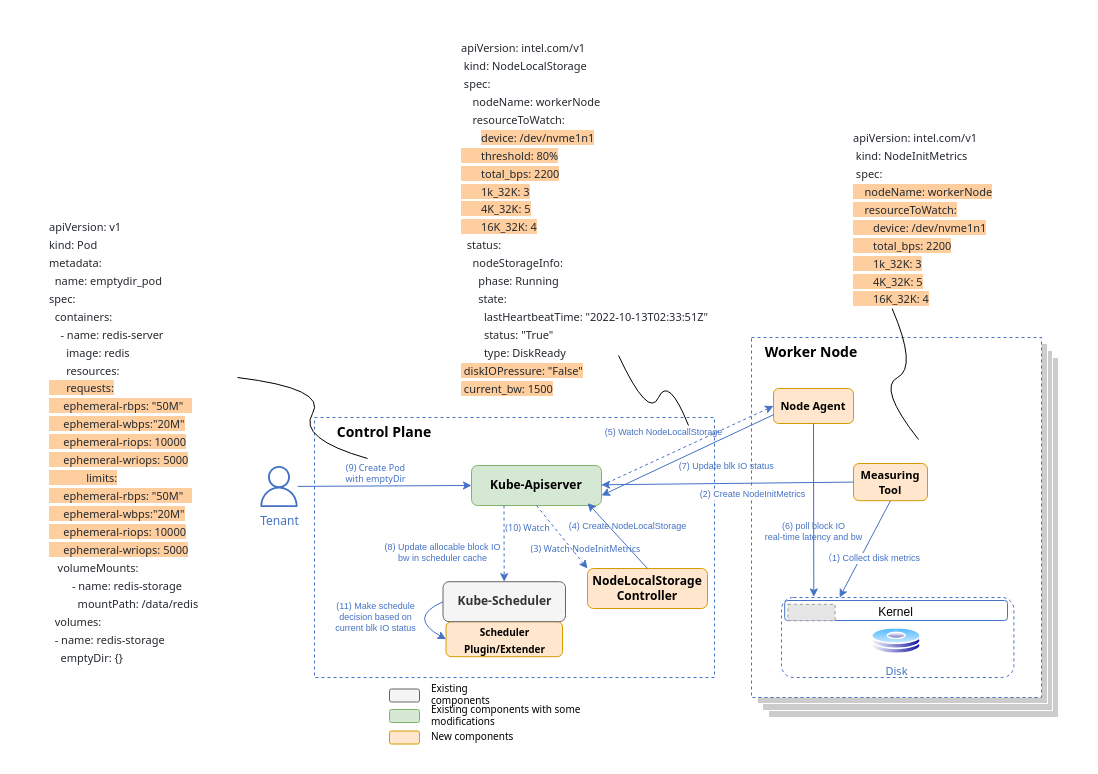
This is page "schedule flow" (11 of 14) of diagram/net_disk_io_design_v1.drawio from IntelOpen/kubernetes, a draw.io file, before an edit. Source tidied: cells renumbered, new cells numbered last; positions are measured from the earlier drawing's top-left corner, leaving out a move shared by most shapes. Both pictures are drawn from the tidied source at 100%, with x=0, y=0 at pixel (31, 17). Pictures stored in the file or linked from it are replaced by grey dashed boxes.
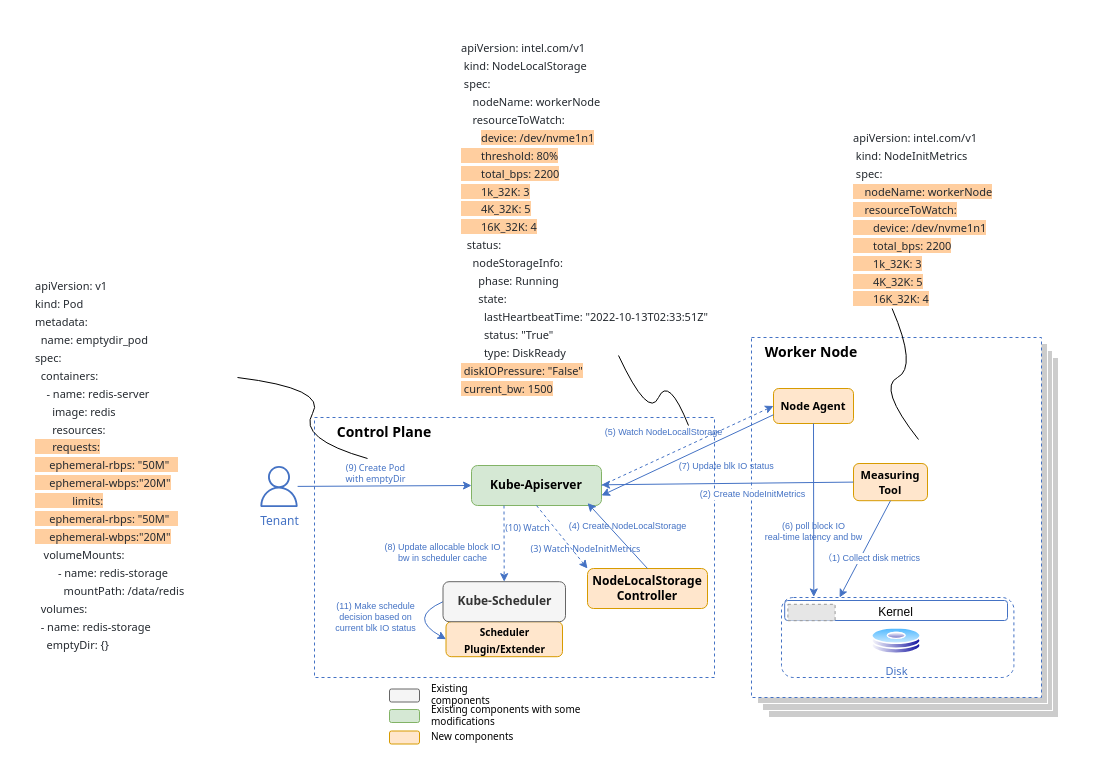
The same page after the edit.

Diff of the diagram source:
```diff
@@
-    <mxCell id="2" value="&lt;pre style=&quot;box-sizing: border-box; margin-top: 0px; margin-bottom: 16px; overflow-wrap: normal; padding: 16px; overflow: auto; line-height: 1.45; border-radius: 6px; text-indent: 0px;&quot; class=&quot;notranslate&quot;&gt;&lt;font face=&quot;Tahoma&quot; color=&quot;#24292f&quot;&gt;apiVersion: v1&lt;br&gt;kind: Pod&lt;br&gt;metadata:&lt;br&gt;  name: emptydir_pod&lt;br&gt;spec:&lt;br&gt;  containers:&lt;br&gt;    - name: redis-server&lt;br&gt;      image: redis&lt;br&gt;      resources:&lt;br&gt;&lt;span style=&quot;background-color: rgb(255, 206, 159);&quot;&gt;      requests:&lt;br&gt;     ephemeral-rbps: &quot;50M&quot;   &lt;br&gt;     ephemeral-wbps:&quot;20M&quot;&lt;br&gt;     ephemeral-riops: 10000&lt;br&gt;     ephemeral-wriops: 5000&lt;br&gt;             limits:&lt;br&gt;     ephemeral-rbps: &quot;50M&quot;   &lt;br&gt;     ephemeral-wbps:&quot;20M&quot;&lt;br&gt;     ephemeral-riops: 10000&lt;br&gt;     ephemeral-wriops: 5000&lt;/span&gt;&lt;br&gt;   volumeMounts:  &lt;br&gt;        - name: redis-storage&lt;br&gt;          mountPath: /data/redis&lt;br&gt;  volumes:&lt;br&gt;  - name: redis-storage&lt;br&gt;    emptyDir: {}&lt;/font&gt;&lt;span style=&quot;font-size: 11.9px;&quot;&gt;&lt;br&gt;&lt;/span&gt;&lt;/pre&gt;" style="text;whiteSpace=wrap;html=1;fontSize=11;fontFamily=Tahoma;fontColor=#4472C4;" parent="1" vertex="1">
-      <mxGeometry y="179.2" width="313" height="460" as="geometry" />
+    <mxCell id="2" value="&lt;pre style=&quot;box-sizing: border-box; margin-top: 0px; margin-bottom: 16px; overflow-wrap: normal; padding: 16px; overflow: auto; line-height: 1.45; border-radius: 6px; text-indent: 0px;&quot; class=&quot;notranslate&quot;&gt;&lt;font face=&quot;Tahoma&quot; color=&quot;#24292f&quot;&gt;apiVersion: v1&lt;br&gt;kind: Pod&lt;br&gt;metadata:&lt;br&gt;  name: emptydir_pod&lt;br&gt;spec:&lt;br&gt;  containers:&lt;br&gt;    - name: redis-server&lt;br&gt;      image: redis&lt;br&gt;      resources:&lt;br&gt;&lt;span style=&quot;background-color: rgb(255, 206, 159);&quot;&gt;      requests:&lt;br&gt;     ephemeral-rbps: &quot;50M&quot;   &lt;br&gt;     ephemeral-wbps:&quot;20M&quot;&lt;br&gt;             limits:&lt;br&gt;     ephemeral-rbps: &quot;50M&quot;   &lt;br&gt;     ephemeral-wbps:&quot;20M&quot;&lt;/span&gt;&lt;br&gt;   volumeMounts:  &lt;br&gt;        - name: redis-storage&lt;br&gt;          mountPath: /data/redis&lt;br&gt;  volumes:&lt;br&gt;  - name: redis-storage&lt;br&gt;    emptyDir: {}&lt;/font&gt;&lt;span style=&quot;font-size: 11.9px;&quot;&gt;&lt;br&gt;&lt;/span&gt;&lt;/pre&gt;" style="text;whiteSpace=wrap;html=1;fontSize=11;fontFamily=Tahoma;fontColor=#4472C4;" parent="1" vertex="1">
+      <mxGeometry x="-14" y="238" width="313" height="460" as="geometry" />
     </mxCell>
```
